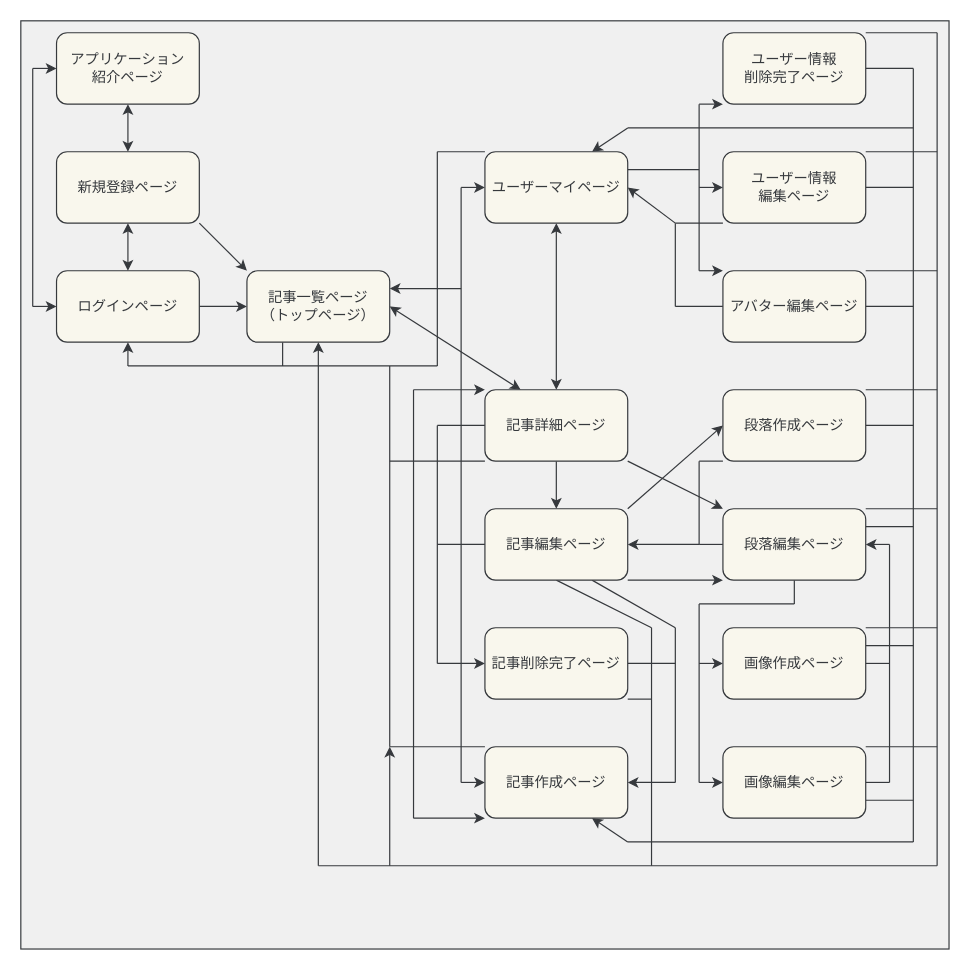
Before: screen_flow.dio in HarouSekai/Life_Master, a draw.io diagram. Source tidied: cells renumbered, new cells numbered last; positions are measured from the earlier drawing's top-left corner, leaving out a move shared by most shapes. Both pictures are drawn from the tidied source at 119%, with x=0, y=0 at pixel (20, 20).
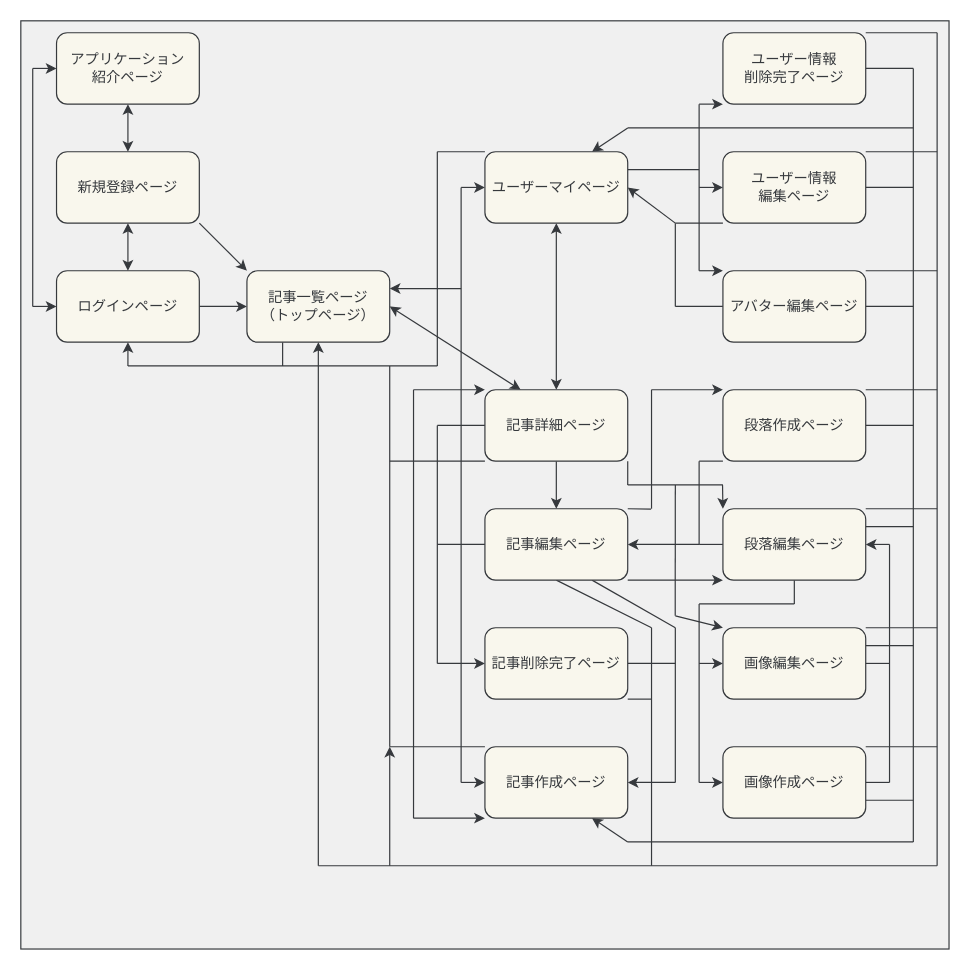
The same diagram, later.

Commit message (it also covers changes not shown here):
画面遷移図の修正（２）

Unchanged cells that the change refers to:
```xml
<mxCell id="2" style="whiteSpace=wrap;html=1;fillColor=#F0F0F0;strokeColor=#36393d;" parent="1" vertex="1">
  <mxGeometry width="780" height="780" as="geometry" />
</mxCell>
<mxCell id="29" value="記事詳細ページ" style="rounded=1;whiteSpace=wrap;html=1;labelBackgroundColor=none;fillColor=#f9f7ed;strokeColor=#36393D;fontColor=#36393D;" parent="1" vertex="1">
  <mxGeometry x="390" y="310" width="120" height="60" as="geometry" />
</mxCell>
<mxCell id="46" value="記事編集ページ" style="rounded=1;whiteSpace=wrap;html=1;labelBackgroundColor=none;fillColor=#f9f7ed;strokeColor=#36393D;fontColor=#36393D;" parent="1" vertex="1">
  <mxGeometry x="390" y="410" width="120" height="60" as="geometry" />
</mxCell>
<mxCell id="66" value="段落編集ページ" style="rounded=1;whiteSpace=wrap;html=1;labelBackgroundColor=none;fillColor=#f9f7ed;strokeColor=#36393D;fontColor=#36393D;" parent="1" vertex="1">
  <mxGeometry x="590" y="410" width="120" height="60" as="geometry" />
</mxCell>
<mxCell id="70" value="段落作成ページ" style="rounded=1;whiteSpace=wrap;html=1;labelBackgroundColor=none;fillColor=#f9f7ed;strokeColor=#36393D;fontColor=#36393D;" parent="1" vertex="1">
  <mxGeometry x="590" y="310" width="120" height="60" as="geometry" />
</mxCell>
```

Diff of the diagram source:
```diff
@@
-    <mxCell id="27" style="edgeStyle=none;html=1;exitX=1;exitY=1;exitDx=0;exitDy=0;entryX=0;entryY=0;entryDx=0;entryDy=0;fontColor=#36393D;startArrow=none;startFill=0;endArrow=classic;endFill=1;labelBackgroundColor=none;fillColor=#f9f7ed;strokeColor=#36393D;" parent="1" edge="1" source="29" target="66">
+    <mxCell id="27" style="edgeStyle=none;html=1;exitX=0.756;exitY=0.5;exitDx=0;exitDy=0;entryX=0;entryY=0;entryDx=0;entryDy=0;fontColor=#36393D;startArrow=none;startFill=0;endArrow=classic;endFill=1;labelBackgroundColor=none;fillColor=#f9f7ed;strokeColor=#36393D;exitPerimeter=0;" parent="1" edge="1" source="2" target="66">
       <mxGeometry relative="1" as="geometry" />
     </mxCell>
@@
-    <mxCell id="43" style="edgeStyle=none;html=1;exitX=1;exitY=0;exitDx=0;exitDy=0;entryX=0;entryY=0.5;entryDx=0;entryDy=0;fontColor=#36393D;startArrow=none;startFill=0;endArrow=classic;endFill=1;labelBackgroundColor=none;fillColor=#f9f7ed;strokeColor=#36393D;" parent="1" edge="1" source="46" target="70">
-      <mxGeometry relative="1" as="geometry" />
+    <mxCell id="43" style="edgeStyle=none;html=1;entryX=0.679;entryY=0.526;entryDx=0;entryDy=0;fontColor=#36393D;startArrow=none;startFill=0;endArrow=none;endFill=0;labelBackgroundColor=none;fillColor=#f9f7ed;strokeColor=#36393D;entryPerimeter=0;" parent="1" edge="1" target="2">
+      <mxGeometry relative="1" as="geometry">
+        <mxPoint x="510" y="410" as="sourcePoint" />
+      </mxGeometry>
     </mxCell>
@@
-    <mxCell id="75" value="画像作成ページ" style="rounded=1;whiteSpace=wrap;html=1;labelBackgroundColor=none;fillColor=#f9f7ed;strokeColor=#36393D;fontColor=#36393D;" parent="1" vertex="1">
+    <mxCell id="75" value="画像編集ページ" style="rounded=1;whiteSpace=wrap;html=1;labelBackgroundColor=none;fillColor=#f9f7ed;strokeColor=#36393D;fontColor=#36393D;" parent="1" vertex="1">
       <mxGeometry x="590" y="510" width="120" height="60" as="geometry" />
     </mxCell>
@@
-    <mxCell id="80" value="画像編集ページ" style="rounded=1;whiteSpace=wrap;html=1;labelBackgroundColor=none;fillColor=#f9f7ed;strokeColor=#36393D;fontColor=#36393D;" parent="1" vertex="1">
+    <mxCell id="80" value="画像作成ページ" style="rounded=1;whiteSpace=wrap;html=1;labelBackgroundColor=none;fillColor=#f9f7ed;strokeColor=#36393D;fontColor=#36393D;" parent="1" vertex="1">
       <mxGeometry x="590" y="610" width="120" height="60" as="geometry" />
     </mxCell>
@@
+    <mxCell id="103" style="endArrow=none;html=1;fontColor=#36393D;labelBackgroundColor=none;fillColor=#f9f7ed;strokeColor=#36393D;" parent="1" edge="1">
+      <mxGeometry relative="1" as="geometry">
+        <mxPoint x="530" y="410" as="sourcePoint" />
+        <mxPoint x="530" y="310" as="targetPoint" />
+      </mxGeometry>
+    </mxCell>
+    <mxCell id="104" style="edgeStyle=none;html=1;fontColor=#36393D;startArrow=none;startFill=0;endArrow=classic;endFill=1;labelBackgroundColor=none;fillColor=#f9f7ed;strokeColor=#36393D;entryX=0;entryY=0;entryDx=0;entryDy=0;" parent="1" edge="1" target="70">
+      <mxGeometry relative="1" as="geometry">
+        <mxPoint x="530" y="310" as="sourcePoint" />
+      </mxGeometry>
+    </mxCell>
+    <mxCell id="105" style="edgeStyle=none;html=1;fontColor=#36393D;startArrow=none;startFill=0;endArrow=none;endFill=0;labelBackgroundColor=none;fillColor=#f9f7ed;strokeColor=#36393D;" parent="1" edge="1">
+      <mxGeometry relative="1" as="geometry">
+        <mxPoint x="590" y="390" as="sourcePoint" />
+        <mxPoint x="510" y="390" as="targetPoint" />
+      </mxGeometry>
+    </mxCell>
+    <mxCell id="106" style="edgeStyle=none;html=1;fontColor=#36393D;startArrow=none;startFill=0;endArrow=none;endFill=0;labelBackgroundColor=none;fillColor=#f9f7ed;strokeColor=#36393D;exitX=1;exitY=1;exitDx=0;exitDy=0;" parent="1" edge="1" source="29">
+      <mxGeometry relative="1" as="geometry">
+        <mxPoint x="510" y="390" as="targetPoint" />
+      </mxGeometry>
+    </mxCell>
+    <mxCell id="107" style="edgeStyle=none;html=1;fontColor=#36393D;startArrow=none;startFill=0;endArrow=none;endFill=0;labelBackgroundColor=none;fillColor=#f9f7ed;strokeColor=#36393D;entryX=0.705;entryY=0.641;entryDx=0;entryDy=0;entryPerimeter=0;" parent="1" edge="1" target="2">
+      <mxGeometry relative="1" as="geometry">
+        <mxPoint x="550" y="390" as="sourcePoint" />
+      </mxGeometry>
+    </mxCell>
+    <mxCell id="108" style="edgeStyle=none;html=1;exitX=0;exitY=0;exitDx=0;exitDy=0;fontColor=#36393D;startArrow=classic;startFill=1;endArrow=none;endFill=0;labelBackgroundColor=none;fillColor=#f9f7ed;strokeColor=#36393D;" parent="1" edge="1" source="75">
+      <mxGeometry relative="1" as="geometry">
+        <mxPoint x="550" y="500" as="targetPoint" />
+      </mxGeometry>
+    </mxCell>
```
